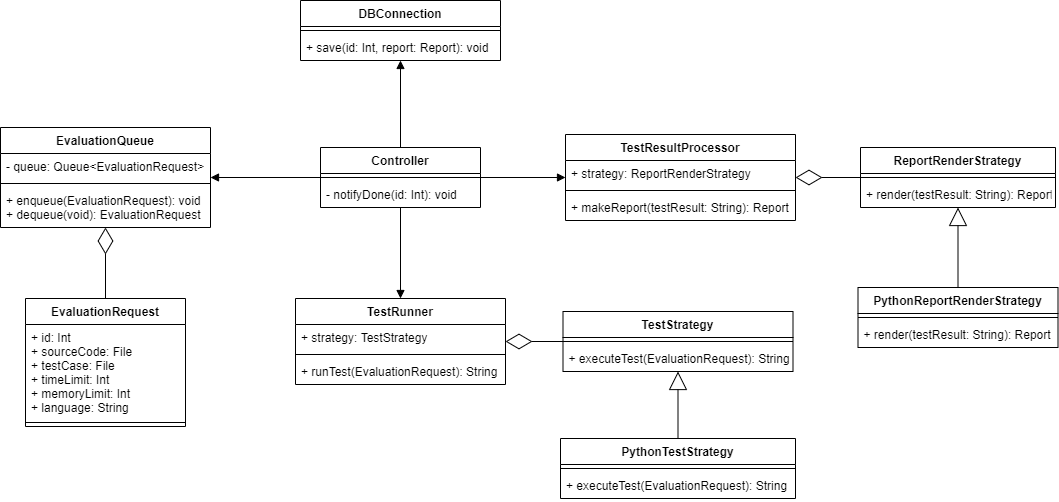
Before: System Design/Module3_SystemCore/img/Class_Diagram_301.png, a diagram exported from draw.io (SSSSEN666789/SPAMS). Source tidied: cells renumbered, new cells last; positions are measured from the earlier drawing's top-left corner, leaving out a move shared by most shapes.
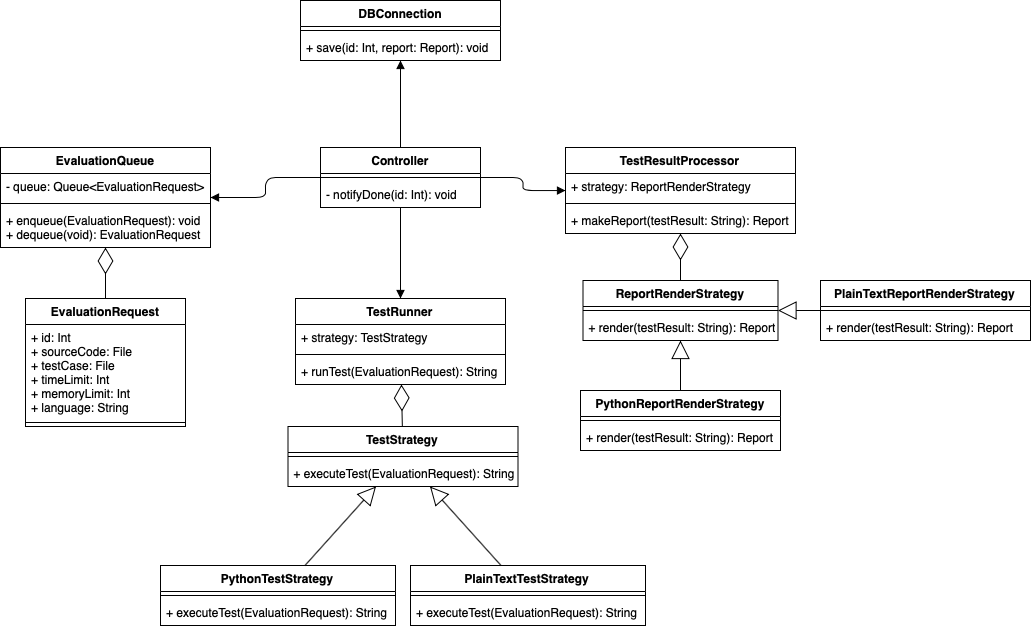
The same diagram one commit later.

Commit message:
클래스 다이어그램 수정

The edit, as a diff of the source:
```diff
@@ -3,7 +3,7 @@
     <mxCell id="0" />
     <mxCell id="1" parent="0" />
     <mxCell id="2" value="EvaluationQueue" style="swimlane;fontStyle=1;align=center;verticalAlign=top;horizontal=1;startSize=26;" parent="1" vertex="1">
-      <mxGeometry y="127" width="210" height="100" as="geometry" />
+      <mxGeometry y="147" width="210" height="100" as="geometry" />
     </mxCell>
     <mxCell id="3" value="- queue: Queue&lt;EvaluationRequest&gt;" style="text;strokeColor=none;fillColor=none;align=left;verticalAlign=top;spacingLeft=4;spacingRight=4;overflow=hidden;" parent="2" vertex="1">
       <mxGeometry y="26" width="210" height="26" as="geometry" />
@@ -42,7 +42,7 @@
       <mxGeometry y="34" width="160" height="26" as="geometry" />
     </mxCell>
     <mxCell id="15" value="TestStrategy" style="swimlane;fontStyle=1;align=center;verticalAlign=top;horizontal=1;startSize=26;" parent="1" vertex="1">
-      <mxGeometry x="562.5" y="311" width="230" height="60" as="geometry" />
+      <mxGeometry x="287.5" y="426" width="230" height="60" as="geometry" />
     </mxCell>
     <mxCell id="16" style="line;strokeWidth=1;fillColor=none;align=left;verticalAlign=middle;spacingTop=-1;spacingLeft=3;spacingRight=3;labelPosition=right;" parent="15" vertex="1">
       <mxGeometry y="26" width="230" height="8" as="geometry" />
@@ -51,7 +51,7 @@
       <mxGeometry y="34" width="230" height="26" as="geometry" />
     </mxCell>
     <mxCell id="18" value="PythonTestStrategy" style="swimlane;fontStyle=1;align=center;verticalAlign=top;horizontal=1;startSize=26;" parent="1" vertex="1">
-      <mxGeometry x="560" y="438" width="235" height="60" as="geometry" />
+      <mxGeometry x="160" y="565" width="235" height="60" as="geometry" />
     </mxCell>
     <mxCell id="19" style="line;strokeWidth=1;fillColor=none;align=left;verticalAlign=middle;spacingTop=-1;spacingLeft=3;spacingRight=3;labelPosition=right;" parent="18" vertex="1">
       <mxGeometry y="26" width="235" height="8" as="geometry" />
@@ -78,7 +78,7 @@
       <mxGeometry y="60" width="210" height="26" as="geometry" />
     </mxCell>
     <mxCell id="27" value="ReportRenderStrategy" style="swimlane;fontStyle=1;align=center;verticalAlign=top;horizontal=1;startSize=26;" parent="1" vertex="1">
-      <mxGeometry x="860" y="147" width="195" height="60" as="geometry" />
+      <mxGeometry x="582.5" y="280" width="195" height="60" as="geometry" />
     </mxCell>
     <mxCell id="28" style="line;strokeWidth=1;fillColor=none;align=left;verticalAlign=middle;spacingTop=-1;spacingLeft=3;spacingRight=3;labelPosition=right;" parent="27" vertex="1">
       <mxGeometry y="26" width="195" height="8" as="geometry" />
@@ -87,7 +87,7 @@
       <mxGeometry y="34" width="195" height="26" as="geometry" />
     </mxCell>
     <mxCell id="30" value="PythonReportRenderStrategy" style="swimlane;fontStyle=1;align=center;verticalAlign=top;horizontal=1;startSize=26;" parent="1" vertex="1">
-      <mxGeometry x="857.5" y="287" width="200" height="60" as="geometry" />
+      <mxGeometry x="580" y="390" width="200" height="60" as="geometry" />
     </mxCell>
     <mxCell id="31" style="line;strokeWidth=1;fillColor=none;align=left;verticalAlign=middle;spacingTop=-1;spacingLeft=3;spacingRight=3;labelPosition=right;" parent="30" vertex="1">
       <mxGeometry y="26" width="200" height="8" as="geometry" />
@@ -102,7 +102,7 @@
       <mxGeometry relative="1" as="geometry" />
     </mxCell>
     <mxCell id="35" value="TestResultProcessor" style="swimlane;fontStyle=1;align=center;verticalAlign=top;horizontal=1;startSize=26;" parent="1" vertex="1">
-      <mxGeometry x="565" y="134" width="230" height="86" as="geometry" />
+      <mxGeometry x="565" y="147" width="230" height="86" as="geometry" />
     </mxCell>
     <mxCell id="36" value="+ strategy: ReportRenderStrategy" style="text;strokeColor=none;fillColor=none;align=left;verticalAlign=top;spacingLeft=4;spacingRight=4;overflow=hidden;" parent="35" vertex="1">
       <mxGeometry y="26" width="230" height="26" as="geometry" />
@@ -128,5 +128,29 @@
     <mxCell id="43" style="endArrow=diamondThin;endFill=0;endSize=24;html=1;" parent="1" edge="1" source="9" target="2">
       <mxGeometry relative="1" as="geometry" />
     </mxCell>
+    <mxCell id="44" value="PlainTextTestStrategy" style="swimlane;fontStyle=1;align=center;verticalAlign=top;horizontal=1;startSize=26;" parent="1" vertex="1">
+      <mxGeometry x="410" y="565" width="235" height="60" as="geometry" />
+    </mxCell>
+    <mxCell id="45" style="line;strokeWidth=1;fillColor=none;align=left;verticalAlign=middle;spacingTop=-1;spacingLeft=3;spacingRight=3;labelPosition=right;" parent="44" vertex="1">
+      <mxGeometry y="26" width="235" height="8" as="geometry" />
+    </mxCell>
+    <mxCell id="46" value="+ executeTest(EvaluationRequest): String" style="text;strokeColor=none;fillColor=none;align=left;verticalAlign=top;spacingLeft=4;spacingRight=4;overflow=hidden;" parent="44" vertex="1">
+      <mxGeometry y="34" width="235" height="26" as="geometry" />
+    </mxCell>
+    <mxCell id="47" style="endArrow=block;endSize=16;endFill=0;html=1;" parent="1" edge="1" source="44" target="15">
+      <mxGeometry relative="1" as="geometry" />
+    </mxCell>
+    <mxCell id="48" value="PlainTextReportRenderStrategy" style="swimlane;fontStyle=1;align=center;verticalAlign=top;horizontal=1;startSize=26;" parent="1" vertex="1">
+      <mxGeometry x="820" y="280" width="210" height="60" as="geometry" />
+    </mxCell>
+    <mxCell id="49" style="line;strokeWidth=1;fillColor=none;align=left;verticalAlign=middle;spacingTop=-1;spacingLeft=3;spacingRight=3;labelPosition=right;" parent="48" vertex="1">
+      <mxGeometry y="26" width="210" height="8" as="geometry" />
+    </mxCell>
+    <mxCell id="50" value="+ render(testResult: String): Report" style="text;strokeColor=none;fillColor=none;align=left;verticalAlign=top;spacingLeft=4;spacingRight=4;overflow=hidden;" parent="48" vertex="1">
+      <mxGeometry y="34" width="210" height="26" as="geometry" />
+    </mxCell>
+    <mxCell id="51" style="endArrow=block;endSize=16;endFill=0;html=1;" parent="1" edge="1" source="48" target="27">
+      <mxGeometry relative="1" as="geometry" />
+    </mxCell>
   </root>
 </mxGraphModel>
```
